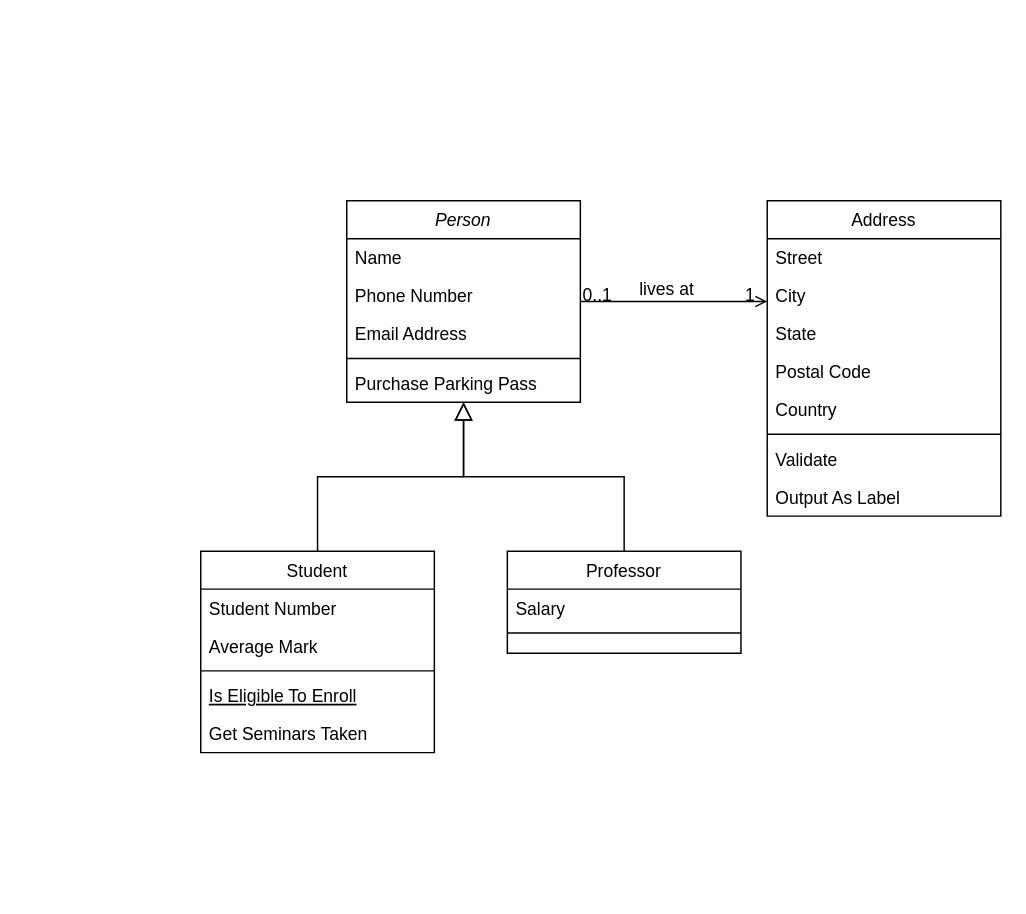
Earlier version of the draw.io diagram unq-po2-tp6-bancoYPrestamos.drawio (nhubczyk/Diagramas-UML). Source tidied: cells renumbered, new cells numbered last; positions are measured from the earlier drawing's top-left corner, leaving out a move shared by most shapes. Both pictures are drawn from the tidied source at 146%, with x=0, y=0 at pixel (200, 200).
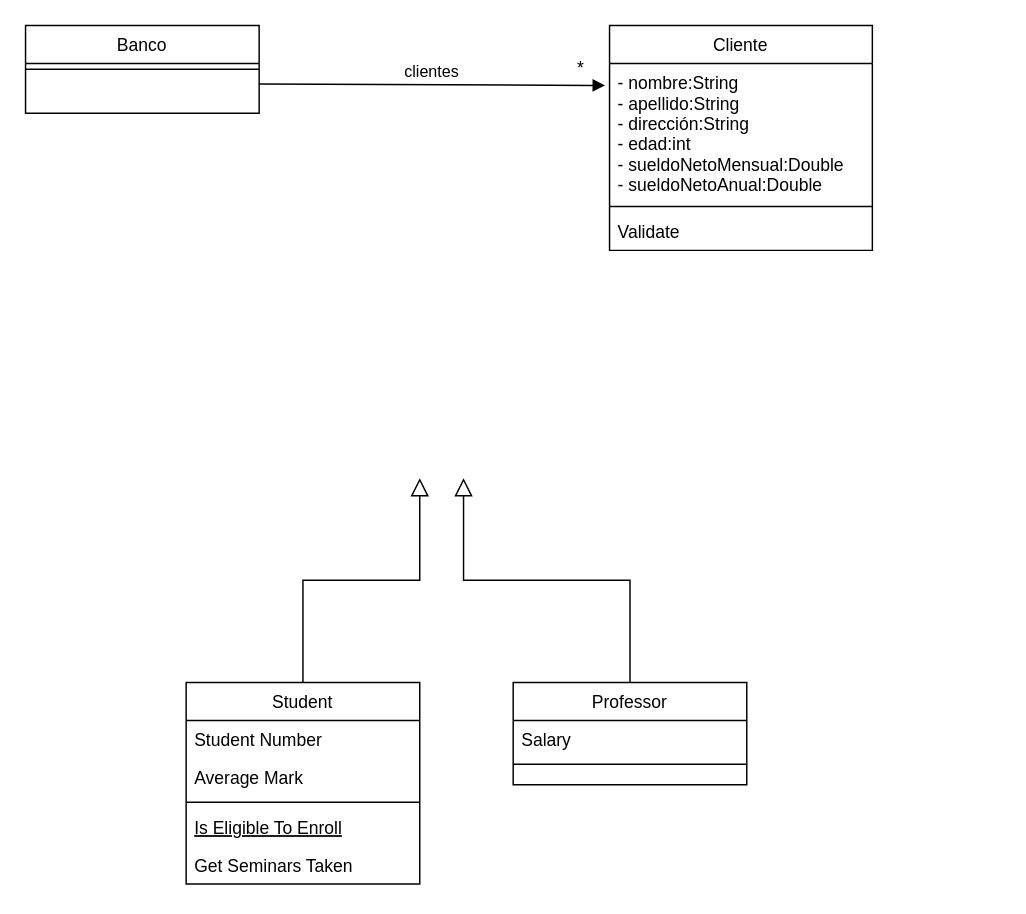
The same diagram, later.

Diff of the diagram source:
```diff
@@
-    <mxCell id="2" value="Person" style="swimlane;fontStyle=2;align=center;verticalAlign=top;horizontal=1;startSize=26;rounded=0;shadow=0;strokeWidth=1;" parent="1" vertex="1">
-      <mxGeometry x="100" width="160" height="138" as="geometry" />
+    <mxCell id="2" value="Banco" style="swimlane;fontStyle=0;align=center;verticalAlign=top;horizontal=1;startSize=26;rounded=0;shadow=0;strokeWidth=1;" parent="1" vertex="1">
+      <mxGeometry x="-120" y="-120" width="160" height="60" as="geometry" />
     </mxCell>
-    <mxCell id="3" value="Name" style="text;align=left;verticalAlign=top;spacingLeft=4;spacingRight=4;overflow=hidden;" parent="2" vertex="1">
-      <mxGeometry y="26" width="160" height="26" as="geometry" />
-    </mxCell>
-    <mxCell id="4" value="Phone Number" style="text;align=left;verticalAlign=top;spacingLeft=4;spacingRight=4;overflow=hidden;rounded=0;shadow=0;html=0;" parent="2" vertex="1">
-      <mxGeometry y="52" width="160" height="26" as="geometry" />
-    </mxCell>
-    <mxCell id="5" value="Email Address" style="text;align=left;verticalAlign=top;spacingLeft=4;spacingRight=4;overflow=hidden;rounded=0;shadow=0;html=0;" parent="2" vertex="1">
-      <mxGeometry y="78" width="160" height="26" as="geometry" />
-    </mxCell>
     <mxCell id="6" style="line;html=1;strokeWidth=1;align=left;verticalAlign=middle;spacingTop=-1;spacingLeft=3;spacingRight=3;labelPosition=right;" parent="2" vertex="1">
-      <mxGeometry y="104" width="160" height="8" as="geometry" />
+      <mxGeometry y="26" width="160" height="8" as="geometry" />
     </mxCell>
-    <mxCell id="7" value="Purchase Parking Pass" style="text;align=left;verticalAlign=top;spacingLeft=4;spacingRight=4;overflow=hidden;" parent="2" vertex="1">
-      <mxGeometry y="112" width="160" height="26" as="geometry" />
-    </mxCell>
     <mxCell id="8" value="Student" style="swimlane;fontStyle=0;align=center;verticalAlign=top;horizontal=1;startSize=26;rounded=0;shadow=0;strokeWidth=1;" parent="1" vertex="1">
-      <mxGeometry y="240" width="160" height="138" as="geometry" />
+      <mxGeometry x="-10" y="330" width="160" height="138" as="geometry" />
     </mxCell>
@@
-    <mxCell id="14" style="endArrow=block;endSize=10;endFill=0;shadow=0;strokeWidth=1;rounded=0;edgeStyle=elbowEdgeStyle;elbow=vertical;" parent="1" edge="1" source="8" target="2">
-      <mxGeometry relative="1" as="geometry" />
+    <mxCell id="14" style="endArrow=block;endSize=10;endFill=0;shadow=0;strokeWidth=1;rounded=0;edgeStyle=elbowEdgeStyle;elbow=vertical;" parent="1" edge="1" source="8">
+      <mxGeometry relative="1" as="geometry">
+        <mxPoint x="150" y="190" as="targetPoint" />
+      </mxGeometry>
     </mxCell>
     <mxCell id="15" value="Professor" style="swimlane;fontStyle=0;align=center;verticalAlign=top;horizontal=1;startSize=26;rounded=0;shadow=0;strokeWidth=1;" parent="1" vertex="1">
-      <mxGeometry x="210" y="240" width="160" height="70" as="geometry" />
+      <mxGeometry x="214" y="330" width="160" height="70" as="geometry" />
     </mxCell>
@@
-    <mxCell id="18" style="endArrow=block;endSize=10;endFill=0;shadow=0;strokeWidth=1;rounded=0;edgeStyle=elbowEdgeStyle;elbow=vertical;" parent="1" edge="1" source="15" target="2">
-      <mxGeometry relative="1" as="geometry" />
+    <mxCell id="18" style="endArrow=block;endSize=10;endFill=0;shadow=0;strokeWidth=1;rounded=0;edgeStyle=elbowEdgeStyle;elbow=vertical;" parent="1" edge="1" source="15">
+      <mxGeometry relative="1" as="geometry">
+        <mxPoint x="180" y="190" as="targetPoint" />
+      </mxGeometry>
     </mxCell>
-    <mxCell id="19" value="Address" style="swimlane;fontStyle=0;align=center;verticalAlign=top;horizontal=1;startSize=26;rounded=0;shadow=0;strokeWidth=1;" parent="1" vertex="1">
-      <mxGeometry x="388" width="160" height="216" as="geometry" />
+    <mxCell id="19" value="Cliente" style="swimlane;fontStyle=0;align=center;verticalAlign=top;horizontal=1;startSize=26;rounded=0;shadow=0;strokeWidth=1;" parent="1" vertex="1">
+      <mxGeometry x="280" y="-120" width="180" height="154" as="geometry" />
     </mxCell>
-    <mxCell id="20" value="Street" style="text;align=left;verticalAlign=top;spacingLeft=4;spacingRight=4;overflow=hidden;points=[[0,0.5],[1,0.5]];portConstraint=eastwest;" parent="19" vertex="1">
-      <mxGeometry y="26" width="160" height="26" as="geometry" />
+    <mxCell id="20" value="- nombre:String&#10;- apellido:String&#10;- dirección:String&#10;- edad:int&#10;- sueldoNetoMensual:Double&#10;- sueldoNetoAnual:Double" style="text;align=left;verticalAlign=top;spacingLeft=4;spacingRight=4;overflow=hidden;points=[[0,0.5],[1,0.5]];portConstraint=eastwest;" parent="19" vertex="1">
+      <mxGeometry y="26" width="180" height="94" as="geometry" />
     </mxCell>
-    <mxCell id="21" value="City" style="text;align=left;verticalAlign=top;spacingLeft=4;spacingRight=4;overflow=hidden;rounded=0;shadow=0;html=0;" parent="19" vertex="1">
-      <mxGeometry y="52" width="160" height="26" as="geometry" />
-    </mxCell>
-    <mxCell id="22" value="State" style="text;align=left;verticalAlign=top;spacingLeft=4;spacingRight=4;overflow=hidden;rounded=0;shadow=0;html=0;" parent="19" vertex="1">
-      <mxGeometry y="78" width="160" height="26" as="geometry" />
-    </mxCell>
-    <mxCell id="23" value="Postal Code" style="text;align=left;verticalAlign=top;spacingLeft=4;spacingRight=4;overflow=hidden;rounded=0;shadow=0;html=0;" parent="19" vertex="1">
-      <mxGeometry y="104" width="160" height="26" as="geometry" />
-    </mxCell>
-    <mxCell id="24" value="Country" style="text;align=left;verticalAlign=top;spacingLeft=4;spacingRight=4;overflow=hidden;rounded=0;shadow=0;html=0;" parent="19" vertex="1">
-      <mxGeometry y="130" width="160" height="26" as="geometry" />
-    </mxCell>
     <mxCell id="25" style="line;html=1;strokeWidth=1;align=left;verticalAlign=middle;spacingTop=-1;spacingLeft=3;spacingRight=3;labelPosition=right;" parent="19" vertex="1">
-      <mxGeometry y="156" width="160" height="8" as="geometry" />
+      <mxGeometry y="120" width="180" height="8" as="geometry" />
     </mxCell>
     <mxCell id="26" value="Validate" style="text;align=left;verticalAlign=top;spacingLeft=4;spacingRight=4;overflow=hidden;" parent="19" vertex="1">
-      <mxGeometry y="164" width="160" height="26" as="geometry" />
+      <mxGeometry y="128" width="180" height="26" as="geometry" />
     </mxCell>
-    <mxCell id="27" value="Output As Label" style="text;align=left;verticalAlign=top;spacingLeft=4;spacingRight=4;overflow=hidden;" parent="19" vertex="1">
-      <mxGeometry y="190" width="160" height="26" as="geometry" />
-    </mxCell>
-    <mxCell id="28" style="endArrow=open;shadow=0;strokeWidth=1;rounded=0;endFill=1;edgeStyle=elbowEdgeStyle;elbow=vertical;" parent="1" edge="1" source="2" target="19">
-      <mxGeometry x="0.5" y="41" relative="1" as="geometry">
-        <mxPoint x="-40" y="32" as="offset" />
-      </mxGeometry>
-    </mxCell>
-    <mxCell id="29" value="0..1" style="align=left;verticalAlign=bottom;labelBackgroundColor=none;fontSize=12;" parent="28" vertex="1">
-      <mxGeometry x="-1" relative="1" as="geometry">
-        <mxPoint y="4" as="offset" />
-      </mxGeometry>
-    </mxCell>
-    <mxCell id="30" value="1" style="align=right;verticalAlign=bottom;labelBackgroundColor=none;fontSize=12;" parent="28" vertex="1">
-      <mxGeometry x="1" relative="1" as="geometry">
-        <mxPoint x="-7" y="4" as="offset" />
-      </mxGeometry>
-    </mxCell>
-    <mxCell id="31" value="lives at" style="text;html=1;align=center;verticalAlign=middle;labelBackgroundColor=none;rounded=0;shadow=0;strokeWidth=1;fontSize=12;" parent="28" vertex="1">
-      <mxGeometry x="0.5" y="49" relative="1" as="geometry">
-        <mxPoint x="-38" y="40" as="offset" />
-      </mxGeometry>
-    </mxCell>
+    <mxCell id="32" value="clientes" style="html=1;verticalAlign=bottom;endArrow=block;rounded=0;entryX=-0.017;entryY=0.16;entryDx=0;entryDy=0;entryPerimeter=0;" parent="1" edge="1" target="20">
+      <mxGeometry relative="1" as="geometry">
+        <mxPoint x="40" y="-80" as="sourcePoint" />
+      </mxGeometry>
+    </mxCell>
+    <mxCell id="33" value="*" style="text;html=1;align=center;verticalAlign=middle;strokeColor=none;fillColor=none;" parent="1" vertex="1">
+      <mxGeometry x="245" y="-105" width="30" height="30" as="geometry" />
+    </mxCell>
```
